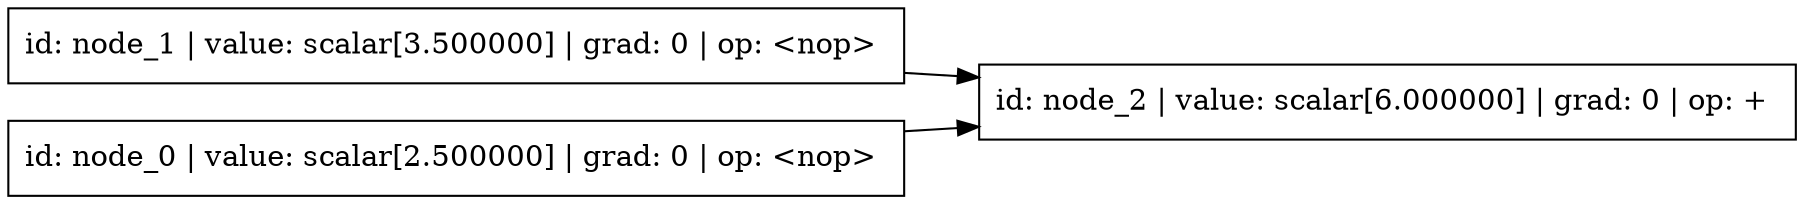
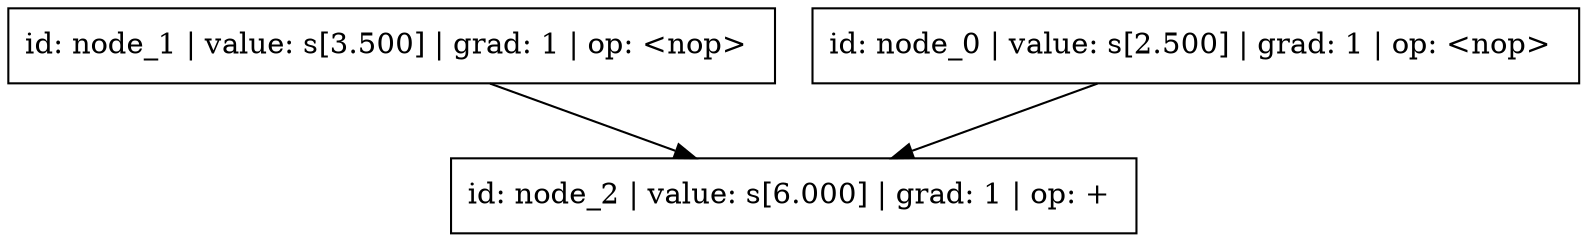
digraph ComputeGraph {
- rankdir=LR;
+ rankdir=TB;

- node_2 [label="id: node_2 | value: scalar[6.000000] | grad: 0 | op: + ", shape=box]
- node_1 [label="id: node_1 | value: scalar[3.500000] | grad: 0 | op: <nop> ", shape=box]
- node_0 [label="id: node_0 | value: scalar[2.500000] | grad: 0 | op: <nop> ", shape=box]
+ node_2 [label="id: node_2 | value: s[6.000] | grad: 1 | op: + ", shape=box]
+ node_1 [label="id: node_1 | value: s[3.500] | grad: 1 | op: <nop> ", shape=box]
+ node_0 [label="id: node_0 | value: s[2.500] | grad: 1 | op: <nop> ", shape=box]
node_0 -> node_2;
node_1 -> node_2;

}
